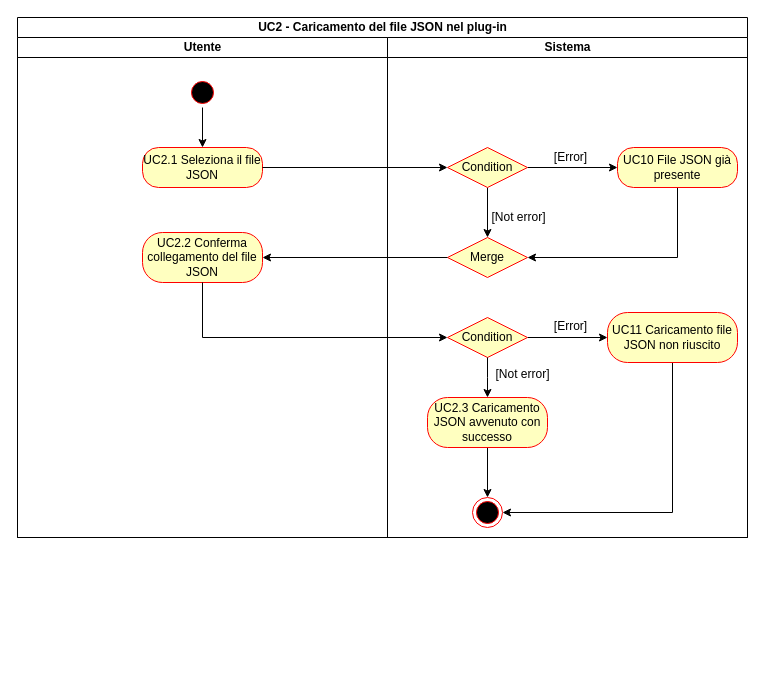
Before: Diagrams/Activity diagrams/uc2.drawio in teamafkSWE/PredireInGrafana-docs, a draw.io diagram. Source tidied: cells renumbered, new cells numbered last; positions are measured from the earlier drawing's top-left corner, leaving out a move shared by most shapes. Both pictures are drawn from the tidied source at 100%, with x=0, y=0 at pixel (17, 17).
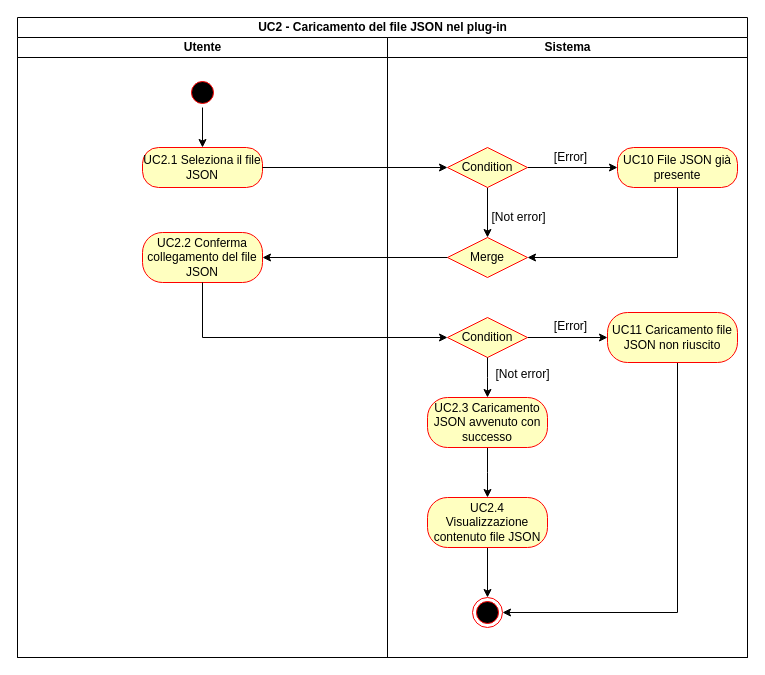
After the change.

Commit message (it also covers changes not shown here):
updated activity_diagram UC2 e UC4

The change refers to these unchanged cells:
```xml
<mxCell id="19" value="UC11 Caricamento file JSON non riuscito" style="rounded=1;whiteSpace=wrap;html=1;arcSize=40;fontColor=#000000;fillColor=#ffffc0;strokeColor=#ff0000;" parent="8" vertex="1">
  <mxGeometry x="220" y="275" width="130" height="50" as="geometry" />
</mxCell>
<mxCell id="24" value="UC2.3 Caricamento JSON avvenuto con successo" style="rounded=1;whiteSpace=wrap;html=1;arcSize=40;fontColor=#000000;fillColor=#ffffc0;strokeColor=#ff0000;" parent="8" vertex="1">
  <mxGeometry x="40" y="360" width="120" height="50" as="geometry" />
</mxCell>
```

Diff of the diagram source:
```diff
@@
     <mxCell id="2" value="UC2 - Caricamento del file JSON nel plug-in" style="swimlane;html=1;startSize=20;" parent="1" vertex="1">
-      <mxGeometry width="730" height="520" as="geometry" />
+      <mxGeometry width="730" height="640" as="geometry" />
     </mxCell>
     <mxCell id="3" value="Utente" style="swimlane;html=1;startSize=20;" parent="2" vertex="1">
-      <mxGeometry y="20" width="370" height="500" as="geometry" />
+      <mxGeometry y="20" width="370" height="620" as="geometry" />
     </mxCell>
@@
     <mxCell id="8" value="Sistema" style="swimlane;html=1;startSize=20;" parent="2" vertex="1">
-      <mxGeometry x="370" y="20" width="360" height="500" as="geometry" />
+      <mxGeometry x="370" y="20" width="360" height="620" as="geometry" />
     </mxCell>
@@
-    <mxCell id="18" style="edgeStyle=orthogonalEdgeStyle;rounded=0;jettySize=auto;html=1;exitX=0.5;exitY=1;exitDx=0;exitDy=0;entryX=1;entryY=0.5;entryDx=0;entryDy=0;strokeColor=#000000;" parent="8" edge="1" source="19" target="25">
-      <mxGeometry relative="1" as="geometry" />
-    </mxCell>
+    <mxCell id="30" style="edgeStyle=orthogonalEdgeStyle;rounded=0;jettySize=auto;html=1;entryX=1;entryY=0.5;entryDx=0;entryDy=0;" parent="8" edge="1" source="19" target="33">
+      <mxGeometry relative="1" as="geometry">
+        <Array as="points">
+          <mxPoint x="290" y="575" />
+        </Array>
+      </mxGeometry>
+    </mxCell>
@@
-    <mxCell id="23" style="edgeStyle=orthogonalEdgeStyle;rounded=0;jettySize=auto;html=1;strokeColor=#000000;" parent="8" edge="1" source="24" target="25">
-      <mxGeometry relative="1" as="geometry" />
+    <mxCell id="23" style="edgeStyle=orthogonalEdgeStyle;rounded=0;jettySize=auto;html=1;strokeColor=#000000;" parent="8" edge="1" source="24">
+      <mxGeometry relative="1" as="geometry">
+        <mxPoint x="100" y="460" as="targetPoint" />
+      </mxGeometry>
     </mxCell>
@@
-    <mxCell id="25" style="ellipse;html=1;shape=endState;fillColor=#000000;strokeColor=#ff0000;" parent="8" vertex="1">
-      <mxGeometry x="85" y="460" width="30" height="30" as="geometry" />
-    </mxCell>
+    <mxCell id="31" style="edgeStyle=orthogonalEdgeStyle;rounded=0;jettySize=auto;html=1;exitX=0.5;exitY=1;exitDx=0;exitDy=0;entryX=0.5;entryY=0;entryDx=0;entryDy=0;" parent="8" edge="1" source="32" target="33">
+      <mxGeometry relative="1" as="geometry" />
+    </mxCell>
+    <mxCell id="32" value="UC2.4 Visualizzazione contenuto file JSON" style="rounded=1;whiteSpace=wrap;html=1;arcSize=40;fontColor=#000000;fillColor=#ffffc0;strokeColor=#ff0000;" parent="8" vertex="1">
+      <mxGeometry x="40" y="460" width="120" height="50" as="geometry" />
+    </mxCell>
+    <mxCell id="33" style="ellipse;html=1;shape=endState;fillColor=#000000;strokeColor=#ff0000;" parent="8" vertex="1">
+      <mxGeometry x="85" y="560" width="30" height="30" as="geometry" />
+    </mxCell>
```
